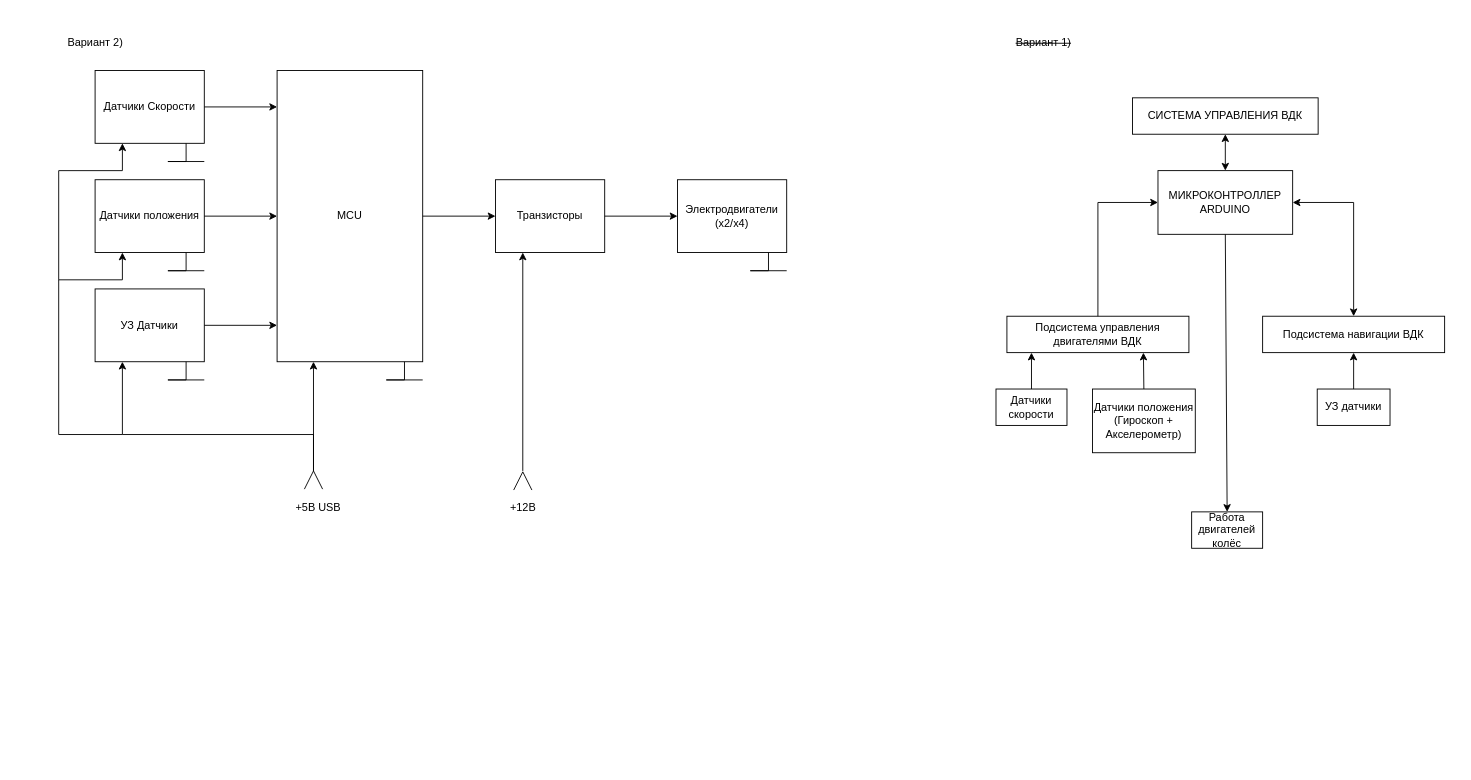
The draw.io diagram Наработки/Структурная Схема.drawio in AlexRussellGit/VKR---Russell-Alexander, before the edit. Source tidied: cells renumbered, new cells numbered last; positions are measured from the earlier drawing's top-left corner, leaving out a move shared by most shapes. Both pictures are drawn from the tidied source at 91%, with x=0, y=0 at pixel (58, 34).
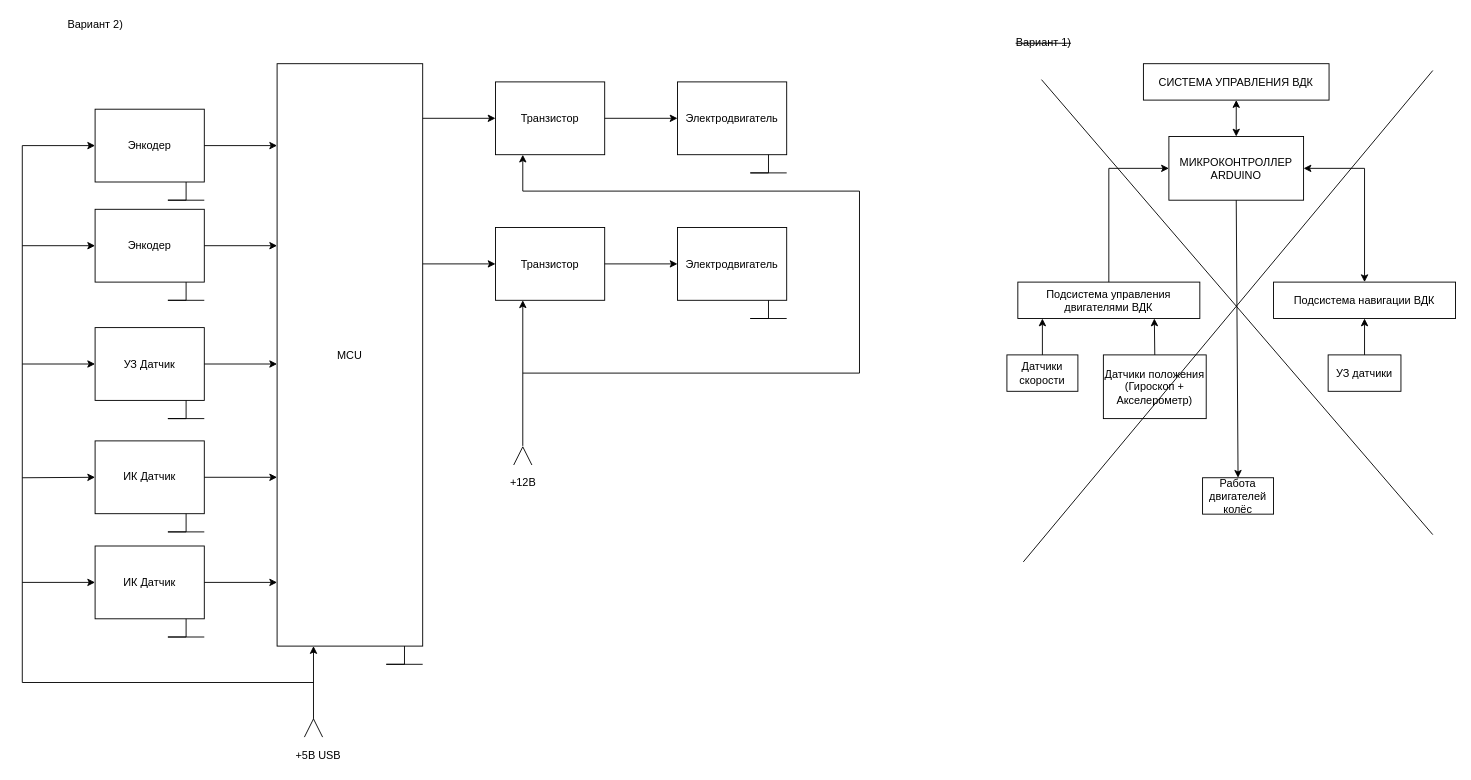
After the change.

Change to the diagram source:
```diff
@@
     <mxCell id="2" value="СИСТЕМА УПРАВЛЕНИЯ ВДК" style="rounded=0;whiteSpace=wrap;html=1;" parent="1" vertex="1">
-      <mxGeometry x="1180" y="70" width="204" height="40" as="geometry" />
+      <mxGeometry x="1192" y="32.5" width="204" height="40" as="geometry" />
     </mxCell>
     <mxCell id="3" value="Подсистема управления двигателями ВДК" style="rounded=0;whiteSpace=wrap;html=1;" parent="1" vertex="1">
-      <mxGeometry x="1042" y="310" width="200" height="40" as="geometry" />
+      <mxGeometry x="1054" y="272.5" width="200" height="40" as="geometry" />
     </mxCell>
     <mxCell id="4" value="Подсистема навигации ВДК" style="rounded=0;whiteSpace=wrap;html=1;" parent="1" vertex="1">
-      <mxGeometry x="1323" y="310" width="200" height="40" as="geometry" />
+      <mxGeometry x="1335" y="272.5" width="200" height="40" as="geometry" />
     </mxCell>
     <mxCell id="5" value="Датчики скорости" style="rounded=0;whiteSpace=wrap;html=1;" parent="1" vertex="1">
-      <mxGeometry x="1030" y="390" width="78" height="40" as="geometry" />
+      <mxGeometry x="1042" y="352.5" width="78" height="40" as="geometry" />
     </mxCell>
     <mxCell id="6" style="endArrow=classic;html=1;rounded=0;entryX=0.25;entryY=1;entryDx=0;entryDy=0;exitX=0.5;exitY=0;exitDx=0;exitDy=0;" parent="1" edge="1" source="5">
       <mxGeometry relative="1" as="geometry">
-        <mxPoint x="1069" y="350" as="targetPoint" />
+        <mxPoint x="1081" y="312.5" as="targetPoint" />
       </mxGeometry>
     </mxCell>
     <mxCell id="7" value="Датчики положения (Гироскоп + Акселерометр)" style="rounded=0;whiteSpace=wrap;html=1;" parent="1" vertex="1">
-      <mxGeometry x="1136" y="390" width="113" height="70" as="geometry" />
+      <mxGeometry x="1148" y="352.5" width="113" height="70" as="geometry" />
     </mxCell>
@@
     <mxCell id="9" value="Работа двигателей колёс" style="rounded=0;whiteSpace=wrap;html=1;" parent="1" vertex="1">
-      <mxGeometry x="1245" y="525" width="78" height="40" as="geometry" />
+      <mxGeometry x="1257" y="487.5" width="78" height="40" as="geometry" />
     </mxCell>
     <mxCell id="10" value="УЗ датчики" style="rounded=0;whiteSpace=wrap;html=1;" parent="1" vertex="1">
-      <mxGeometry x="1383" y="390" width="80" height="40" as="geometry" />
+      <mxGeometry x="1395" y="352.5" width="80" height="40" as="geometry" />
     </mxCell>
     <mxCell id="11" style="endArrow=classic;html=1;rounded=0;exitX=0.5;exitY=0;exitDx=0;exitDy=0;entryX=0.75;entryY=1;entryDx=0;entryDy=0;" parent="1" edge="1" source="10">
       <mxGeometry relative="1" as="geometry">
-        <mxPoint x="1423" y="350" as="targetPoint" />
+        <mxPoint x="1435" y="312.5" as="targetPoint" />
       </mxGeometry>
     </mxCell>
     <mxCell id="12" value="МИКРОКОНТРОЛЛЕР ARDUINO" style="rounded=0;whiteSpace=wrap;html=1;" parent="1" vertex="1">
-      <mxGeometry x="1208" y="150" width="148" height="70" as="geometry" />
+      <mxGeometry x="1220" y="112.5" width="148" height="70" as="geometry" />
     </mxCell>
     <mxCell id="13" style="endArrow=classic;html=1;rounded=0;exitX=0.5;exitY=0;exitDx=0;exitDy=0;entryX=0;entryY=0.5;entryDx=0;entryDy=0;" parent="1" edge="1" source="3" target="12">
       <mxGeometry relative="1" as="geometry">
         <Array as="points">
-          <mxPoint x="1142" y="185" />
+          <mxPoint x="1154" y="147.5" />
         </Array>
       </mxGeometry>
     </mxCell>
     <mxCell id="14" style="endArrow=classic;startArrow=classic;html=1;rounded=0;entryX=1;entryY=0.5;entryDx=0;entryDy=0;exitX=0.5;exitY=0;exitDx=0;exitDy=0;" parent="1" edge="1" source="4" target="12">
       <mxGeometry relative="1" as="geometry">
         <Array as="points">
-          <mxPoint x="1423" y="185" />
+          <mxPoint x="1435" y="147.5" />
         </Array>
       </mxGeometry>
     </mxCell>
@@
     <mxCell id="17" value="MCU" style="rounded=0;whiteSpace=wrap;html=1;" parent="1" vertex="1">
-      <mxGeometry x="240" y="40" width="160" height="320" as="geometry" />
+      <mxGeometry x="240" y="32.5" width="160" height="640" as="geometry" />
     </mxCell>
-    <mxCell id="18" value="Датчики Скорости" style="rounded=0;whiteSpace=wrap;html=1;" parent="1" vertex="1">
-      <mxGeometry x="40" y="40" width="120" height="80" as="geometry" />
+    <mxCell id="18" value="Энкодер" style="rounded=0;whiteSpace=wrap;html=1;" parent="1" vertex="1">
+      <mxGeometry x="40" y="192.5" width="120" height="80" as="geometry" />
     </mxCell>
-    <mxCell id="19" value="Датчики положения" style="rounded=0;whiteSpace=wrap;html=1;" parent="1" vertex="1">
-      <mxGeometry x="40" y="160" width="120" height="80" as="geometry" />
-    </mxCell>
-    <mxCell id="20" value="УЗ Датчики" style="rounded=0;whiteSpace=wrap;html=1;" parent="1" vertex="1">
-      <mxGeometry x="40" y="280" width="120" height="80" as="geometry" />
+    <mxCell id="20" value="УЗ Датчик" style="rounded=0;whiteSpace=wrap;html=1;" parent="1" vertex="1">
+      <mxGeometry x="40" y="322.5" width="120" height="80" as="geometry" />
     </mxCell>
     <mxCell id="21" style="endArrow=classic;html=1;rounded=0;exitX=1;exitY=0.5;exitDx=0;exitDy=0;" parent="1" edge="1" source="18">
       <mxGeometry relative="1" as="geometry">
-        <mxPoint x="240" y="80" as="targetPoint" />
+        <mxPoint x="240" y="232.5" as="targetPoint" />
       </mxGeometry>
     </mxCell>
-    <mxCell id="22" style="endArrow=classic;html=1;rounded=0;exitX=1;exitY=0.5;exitDx=0;exitDy=0;entryX=0;entryY=0.5;entryDx=0;entryDy=0;" parent="1" edge="1" source="19" target="17">
-      <mxGeometry relative="1" as="geometry" />
-    </mxCell>
     <mxCell id="23" style="endArrow=classic;html=1;rounded=0;exitX=1;exitY=0.5;exitDx=0;exitDy=0;" parent="1" edge="1" source="20">
       <mxGeometry relative="1" as="geometry">
-        <mxPoint x="240" y="320" as="targetPoint" />
+        <mxPoint x="240" y="362.5" as="targetPoint" />
       </mxGeometry>
     </mxCell>
-    <mxCell id="24" value="Транзисторы" style="rounded=0;whiteSpace=wrap;html=1;" parent="1" vertex="1">
-      <mxGeometry x="480" y="160" width="120" height="80" as="geometry" />
+    <mxCell id="24" value="Транзистор" style="rounded=0;whiteSpace=wrap;html=1;" parent="1" vertex="1">
+      <mxGeometry x="480" y="212.5" width="120" height="80" as="geometry" />
     </mxCell>
-    <mxCell id="25" style="endArrow=classic;html=1;rounded=0;entryX=0;entryY=0.5;entryDx=0;entryDy=0;exitX=1;exitY=0.5;exitDx=0;exitDy=0;" parent="1" edge="1" source="17" target="24">
-      <mxGeometry relative="1" as="geometry" />
+    <mxCell id="25" style="endArrow=classic;html=1;rounded=0;entryX=0;entryY=0.5;entryDx=0;entryDy=0;exitX=1;exitY=0.5;exitDx=0;exitDy=0;" parent="1" edge="1" target="24">
+      <mxGeometry relative="1" as="geometry">
+        <mxPoint x="400" y="252.5" as="sourcePoint" />
+      </mxGeometry>
     </mxCell>
-    <mxCell id="26" value="Электродвигатели &lt;br&gt;(x2/x4)" style="rounded=0;whiteSpace=wrap;html=1;" parent="1" vertex="1">
-      <mxGeometry x="680" y="160" width="120" height="80" as="geometry" />
+    <mxCell id="26" value="Электродвигатель" style="rounded=0;whiteSpace=wrap;html=1;" parent="1" vertex="1">
+      <mxGeometry x="680" y="212.5" width="120" height="80" as="geometry" />
     </mxCell>
@@
-    <mxCell id="28" style="endArrow=none;html=1;rounded=0;entryX=0.25;entryY=1;entryDx=0;entryDy=0;" parent="1" edge="1">
-      <mxGeometry relative="1" as="geometry">
-        <mxPoint x="160" y="260" as="sourcePoint" />
-        <mxPoint x="140" y="240" as="targetPoint" />
-        <Array as="points">
-          <mxPoint x="120" y="260" />
-          <mxPoint x="140" y="260" />
-        </Array>
-      </mxGeometry>
-    </mxCell>
     <mxCell id="29" style="endArrow=none;html=1;rounded=0;entryX=0.25;entryY=1;entryDx=0;entryDy=0;" parent="1" edge="1">
       <mxGeometry relative="1" as="geometry">
-        <mxPoint x="160" y="380" as="sourcePoint" />
-        <mxPoint x="140" y="360" as="targetPoint" />
+        <mxPoint x="160" y="422.5" as="sourcePoint" />
+        <mxPoint x="140" y="402.5" as="targetPoint" />
         <Array as="points">
-          <mxPoint x="120" y="380" />
-          <mxPoint x="140" y="380" />
+          <mxPoint x="120" y="422.5" />
+          <mxPoint x="140" y="422.5" />
         </Array>
       </mxGeometry>
     </mxCell>
     <mxCell id="30" style="endArrow=none;html=1;rounded=0;entryX=0.25;entryY=1;entryDx=0;entryDy=0;" parent="1" edge="1">
       <mxGeometry relative="1" as="geometry">
-        <mxPoint x="160" y="140" as="sourcePoint" />
-        <mxPoint x="140" y="120" as="targetPoint" />
+        <mxPoint x="160" y="292.5" as="sourcePoint" />
+        <mxPoint x="140" y="272.5" as="targetPoint" />
         <Array as="points">
-          <mxPoint x="120" y="140" />
-          <mxPoint x="140" y="140" />
+          <mxPoint x="120" y="292.5" />
+          <mxPoint x="140" y="292.5" />
         </Array>
       </mxGeometry>
     </mxCell>
     <mxCell id="31" style="endArrow=none;html=1;rounded=0;entryX=0.25;entryY=1;entryDx=0;entryDy=0;" parent="1" edge="1">
       <mxGeometry relative="1" as="geometry">
-        <mxPoint x="400" y="380" as="sourcePoint" />
-        <mxPoint x="380" y="360" as="targetPoint" />
+        <mxPoint x="400" y="692.5" as="sourcePoint" />
+        <mxPoint x="380" y="672.5" as="targetPoint" />
         <Array as="points">
-          <mxPoint x="360" y="380" />
-          <mxPoint x="380" y="380" />
+          <mxPoint x="360" y="692.5" />
+          <mxPoint x="380" y="692.5" />
         </Array>
       </mxGeometry>
     </mxCell>
     <mxCell id="32" style="endArrow=none;html=1;rounded=0;entryX=0.25;entryY=1;entryDx=0;entryDy=0;" parent="1" edge="1">
       <mxGeometry relative="1" as="geometry">
-        <mxPoint x="800" y="260" as="sourcePoint" />
-        <mxPoint x="780" y="240" as="targetPoint" />
+        <mxPoint x="800" y="312.5" as="sourcePoint" />
+        <mxPoint x="780" y="292.5" as="targetPoint" />
         <Array as="points">
-          <mxPoint x="760" y="260" />
-          <mxPoint x="780" y="260" />
+          <mxPoint x="760" y="312.5" />
+          <mxPoint x="780" y="312.5" />
         </Array>
       </mxGeometry>
     </mxCell>
-    <mxCell id="33" style="endArrow=classic;html=1;rounded=0;entryX=0.25;entryY=1;entryDx=0;entryDy=0;" parent="1" edge="1" target="20">
-      <mxGeometry relative="1" as="geometry">
-        <mxPoint x="280" y="480" as="sourcePoint" />
-        <Array as="points">
-          <mxPoint x="280" y="440" />
-          <mxPoint x="70" y="440" />
-        </Array>
-      </mxGeometry>
-    </mxCell>
-    <mxCell id="34" style="endArrow=classic;html=1;rounded=0;entryX=0.25;entryY=1;entryDx=0;entryDy=0;" parent="1" edge="1" target="19">
-      <mxGeometry relative="1" as="geometry">
-        <mxPoint x="70" y="440" as="sourcePoint" />
-        <Array as="points">
-          <mxPoint y="440" />
-          <mxPoint y="270" />
-          <mxPoint x="70" y="270" />
-        </Array>
-      </mxGeometry>
-    </mxCell>
-    <mxCell id="35" style="endArrow=classic;html=1;rounded=0;entryX=0.25;entryY=1;entryDx=0;entryDy=0;" parent="1" edge="1">
-      <mxGeometry relative="1" as="geometry">
-        <mxPoint y="270" as="sourcePoint" />
-        <mxPoint x="70" y="120" as="targetPoint" />
-        <Array as="points">
-          <mxPoint y="270" />
-          <mxPoint y="150" />
-          <mxPoint x="70" y="150" />
-        </Array>
-      </mxGeometry>
-    </mxCell>
-    <mxCell id="36" style="endArrow=classic;html=1;rounded=0;entryX=0.25;entryY=1;entryDx=0;entryDy=0;" parent="1" edge="1" target="17">
-      <mxGeometry relative="1" as="geometry">
-        <mxPoint x="280" y="480" as="sourcePoint" />
-      </mxGeometry>
-    </mxCell>
     <mxCell id="37" style="endArrow=none;html=1;rounded=0;" parent="1" edge="1">
       <mxGeometry relative="1" as="geometry">
-        <mxPoint x="270" y="500" as="sourcePoint" />
-        <mxPoint x="290" y="500" as="targetPoint" />
+        <mxPoint x="270" y="772.5" as="sourcePoint" />
+        <mxPoint x="290" y="772.5" as="targetPoint" />
         <Array as="points">
-          <mxPoint x="280" y="480" />
+          <mxPoint x="280" y="752.5" />
         </Array>
       </mxGeometry>
     </mxCell>
     <mxCell id="38" value="+5В USB" style="text;html=1;align=center;verticalAlign=middle;strokeColor=none;fillColor=none;" parent="1" vertex="1">
-      <mxGeometry x="250" y="510" width="70" height="20" as="geometry" />
+      <mxGeometry x="250" y="782.5" width="70" height="20" as="geometry" />
     </mxCell>
     <mxCell id="39" value="+12В" style="text;html=1;align=center;verticalAlign=middle;strokeColor=none;fillColor=none;" parent="1" vertex="1">
-      <mxGeometry x="490" y="510" width="40" height="20" as="geometry" />
+      <mxGeometry x="490" y="482.5" width="40" height="20" as="geometry" />
     </mxCell>
     <mxCell id="40" style="endArrow=none;html=1;rounded=0;" parent="1" edge="1">
       <mxGeometry relative="1" as="geometry">
-        <mxPoint x="500" y="501" as="sourcePoint" />
-        <mxPoint x="520" y="501" as="targetPoint" />
+        <mxPoint x="500" y="473.5" as="sourcePoint" />
+        <mxPoint x="520" y="473.5" as="targetPoint" />
         <Array as="points">
-          <mxPoint x="510" y="481" />
+          <mxPoint x="510" y="453.5" />
         </Array>
       </mxGeometry>
     </mxCell>
     <mxCell id="41" style="endArrow=classic;html=1;rounded=0;entryX=0.25;entryY=1;entryDx=0;entryDy=0;" parent="1" edge="1" target="24">
       <mxGeometry relative="1" as="geometry">
-        <mxPoint x="510" y="480" as="sourcePoint" />
+        <mxPoint x="510" y="452.5" as="sourcePoint" />
       </mxGeometry>
     </mxCell>
     <mxCell id="42" value="Вариант 2)" style="text;html=1;align=center;verticalAlign=middle;strokeColor=none;fillColor=none;" parent="1" vertex="1">
-      <mxGeometry width="80" height="20" as="geometry" />
+      <mxGeometry y="-20" width="80" height="20" as="geometry" />
     </mxCell>
@@
+    <mxCell id="44" value="Транзистор" style="rounded=0;whiteSpace=wrap;html=1;" parent="1" vertex="1">
+      <mxGeometry x="480" y="52.5" width="120" height="80" as="geometry" />
+    </mxCell>
+    <mxCell id="45" style="endArrow=classic;html=1;rounded=0;entryX=0;entryY=0.5;entryDx=0;entryDy=0;exitX=1;exitY=0.5;exitDx=0;exitDy=0;" parent="1" edge="1" target="44">
+      <mxGeometry relative="1" as="geometry">
+        <mxPoint x="400" y="92.5" as="sourcePoint" />
+      </mxGeometry>
+    </mxCell>
+    <mxCell id="46" value="Электродвигатель" style="rounded=0;whiteSpace=wrap;html=1;" parent="1" vertex="1">
+      <mxGeometry x="680" y="52.5" width="120" height="80" as="geometry" />
+    </mxCell>
+    <mxCell id="47" style="endArrow=classic;html=1;rounded=0;entryX=0;entryY=0.5;entryDx=0;entryDy=0;exitX=1;exitY=0.5;exitDx=0;exitDy=0;" parent="1" edge="1" source="44" target="46">
+      <mxGeometry relative="1" as="geometry" />
+    </mxCell>
+    <mxCell id="48" style="endArrow=none;html=1;rounded=0;entryX=0.25;entryY=1;entryDx=0;entryDy=0;" parent="1" edge="1">
+      <mxGeometry relative="1" as="geometry">
+        <mxPoint x="800" y="152.5" as="sourcePoint" />
+        <mxPoint x="780" y="132.5" as="targetPoint" />
+        <Array as="points">
+          <mxPoint x="760" y="152.5" />
+          <mxPoint x="780" y="152.5" />
+        </Array>
+      </mxGeometry>
+    </mxCell>
+    <mxCell id="49" style="endArrow=classic;html=1;rounded=0;entryX=0.25;entryY=1;entryDx=0;entryDy=0;" parent="1" edge="1" target="44">
+      <mxGeometry relative="1" as="geometry">
+        <mxPoint x="510" y="372.5" as="sourcePoint" />
+        <Array as="points">
+          <mxPoint x="880" y="372.5" />
+          <mxPoint x="880" y="172.5" />
+          <mxPoint x="510" y="172.5" />
+        </Array>
+      </mxGeometry>
+    </mxCell>
+    <mxCell id="50" value="Энкодер" style="rounded=0;whiteSpace=wrap;html=1;" parent="1" vertex="1">
+      <mxGeometry x="40" y="82.5" width="120" height="80" as="geometry" />
+    </mxCell>
+    <mxCell id="51" style="endArrow=classic;html=1;rounded=0;exitX=1;exitY=0.5;exitDx=0;exitDy=0;" parent="1" edge="1" source="50">
+      <mxGeometry relative="1" as="geometry">
+        <mxPoint x="240" y="122.5" as="targetPoint" />
+      </mxGeometry>
+    </mxCell>
+    <mxCell id="52" style="endArrow=none;html=1;rounded=0;entryX=0.25;entryY=1;entryDx=0;entryDy=0;" parent="1" edge="1">
+      <mxGeometry relative="1" as="geometry">
+        <mxPoint x="160" y="182.5" as="sourcePoint" />
+        <mxPoint x="140" y="162.5" as="targetPoint" />
+        <Array as="points">
+          <mxPoint x="120" y="182.5" />
+          <mxPoint x="140" y="182.5" />
+        </Array>
+      </mxGeometry>
+    </mxCell>
+    <mxCell id="53" value="ИК Датчик" style="rounded=0;whiteSpace=wrap;html=1;" parent="1" vertex="1">
+      <mxGeometry x="40" y="447" width="120" height="80" as="geometry" />
+    </mxCell>
+    <mxCell id="54" style="endArrow=classic;html=1;rounded=0;exitX=1;exitY=0.5;exitDx=0;exitDy=0;" parent="1" edge="1" source="53">
+      <mxGeometry relative="1" as="geometry">
+        <mxPoint x="240" y="487" as="targetPoint" />
+      </mxGeometry>
+    </mxCell>
+    <mxCell id="55" style="endArrow=none;html=1;rounded=0;entryX=0.25;entryY=1;entryDx=0;entryDy=0;" parent="1" edge="1">
+      <mxGeometry relative="1" as="geometry">
+        <mxPoint x="160" y="547" as="sourcePoint" />
+        <mxPoint x="140" y="527" as="targetPoint" />
+        <Array as="points">
+          <mxPoint x="120" y="547" />
+          <mxPoint x="140" y="547" />
+        </Array>
+      </mxGeometry>
+    </mxCell>
+    <mxCell id="56" value="ИК Датчик" style="rounded=0;whiteSpace=wrap;html=1;" parent="1" vertex="1">
+      <mxGeometry x="40" y="562.5" width="120" height="80" as="geometry" />
+    </mxCell>
+    <mxCell id="57" style="endArrow=classic;html=1;rounded=0;exitX=1;exitY=0.5;exitDx=0;exitDy=0;" parent="1" edge="1" source="56">
+      <mxGeometry relative="1" as="geometry">
+        <mxPoint x="240" y="602.5" as="targetPoint" />
+      </mxGeometry>
+    </mxCell>
+    <mxCell id="58" style="endArrow=none;html=1;rounded=0;entryX=0.25;entryY=1;entryDx=0;entryDy=0;" parent="1" edge="1">
+      <mxGeometry relative="1" as="geometry">
+        <mxPoint x="160" y="662.5" as="sourcePoint" />
+        <mxPoint x="140" y="642.5" as="targetPoint" />
+        <Array as="points">
+          <mxPoint x="120" y="662.5" />
+          <mxPoint x="140" y="662.5" />
+        </Array>
+      </mxGeometry>
+    </mxCell>
+    <mxCell id="59" style="endArrow=classic;html=1;rounded=0;entryX=0.25;entryY=1;entryDx=0;entryDy=0;" parent="1" edge="1" target="17">
+      <mxGeometry relative="1" as="geometry">
+        <mxPoint x="280" y="752.5" as="sourcePoint" />
+      </mxGeometry>
+    </mxCell>
+    <mxCell id="60" style="endArrow=classic;html=1;rounded=0;entryX=0;entryY=0.5;entryDx=0;entryDy=0;" parent="1" edge="1" target="50">
+      <mxGeometry relative="1" as="geometry">
+        <mxPoint x="280" y="712.5" as="sourcePoint" />
+        <Array as="points">
+          <mxPoint x="-40" y="712.5" />
+          <mxPoint x="-40" y="122.5" />
+        </Array>
+      </mxGeometry>
+    </mxCell>
+    <mxCell id="61" style="endArrow=classic;html=1;rounded=0;entryX=0;entryY=0.5;entryDx=0;entryDy=0;" parent="1" edge="1" target="18">
+      <mxGeometry relative="1" as="geometry">
+        <mxPoint x="-40" y="232.5" as="sourcePoint" />
+      </mxGeometry>
+    </mxCell>
+    <mxCell id="62" style="endArrow=classic;html=1;rounded=0;entryX=0;entryY=0.5;entryDx=0;entryDy=0;" parent="1" edge="1" target="20">
+      <mxGeometry relative="1" as="geometry">
+        <mxPoint x="-40" y="362.5" as="sourcePoint" />
+      </mxGeometry>
+    </mxCell>
+    <mxCell id="63" style="endArrow=classic;html=1;rounded=0;entryX=0;entryY=0.5;entryDx=0;entryDy=0;" parent="1" edge="1" target="56">
+      <mxGeometry relative="1" as="geometry">
+        <mxPoint x="-40" y="602.5" as="sourcePoint" />
+      </mxGeometry>
+    </mxCell>
+    <mxCell id="64" style="endArrow=classic;html=1;rounded=0;entryX=0;entryY=0.5;entryDx=0;entryDy=0;" parent="1" edge="1" target="53">
+      <mxGeometry relative="1" as="geometry">
+        <mxPoint x="-40" y="487.5" as="sourcePoint" />
+      </mxGeometry>
+    </mxCell>
+    <mxCell id="65" style="endArrow=none;html=1;rounded=0;" parent="1" edge="1">
+      <mxGeometry relative="1" as="geometry">
+        <mxPoint x="1510" y="550" as="sourcePoint" />
+        <mxPoint x="1080" y="50" as="targetPoint" />
+      </mxGeometry>
+    </mxCell>
+    <mxCell id="66" style="endArrow=none;html=1;rounded=0;" parent="1" edge="1">
+      <mxGeometry relative="1" as="geometry">
+        <mxPoint x="1060" y="580" as="sourcePoint" />
+        <mxPoint x="1510" y="40" as="targetPoint" />
+      </mxGeometry>
+    </mxCell>
```
